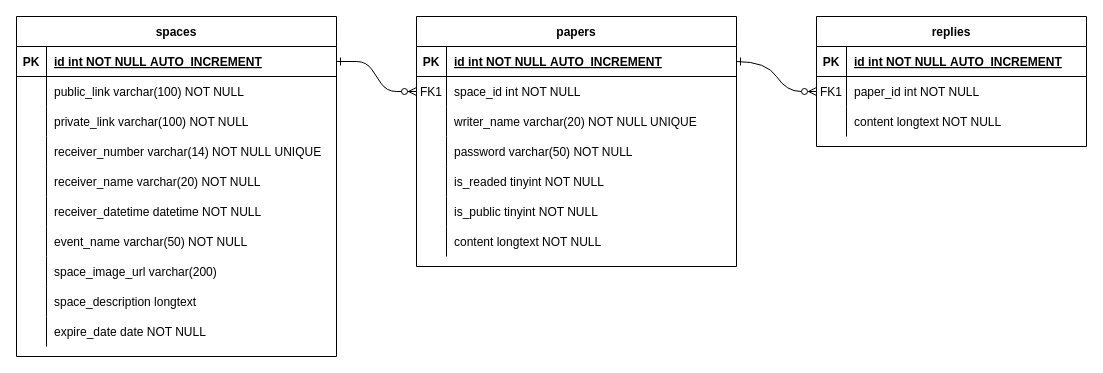
Above: rollingpaper.drawio in bavengers/ERD (draw.io), before the change. Source tidied: cells renumbered, new cells numbered last; positions are measured from the earlier drawing's top-left corner, leaving out a move shared by most shapes. Both pictures are drawn from the tidied source at 100%, with x=0, y=0 at pixel (16, 16).
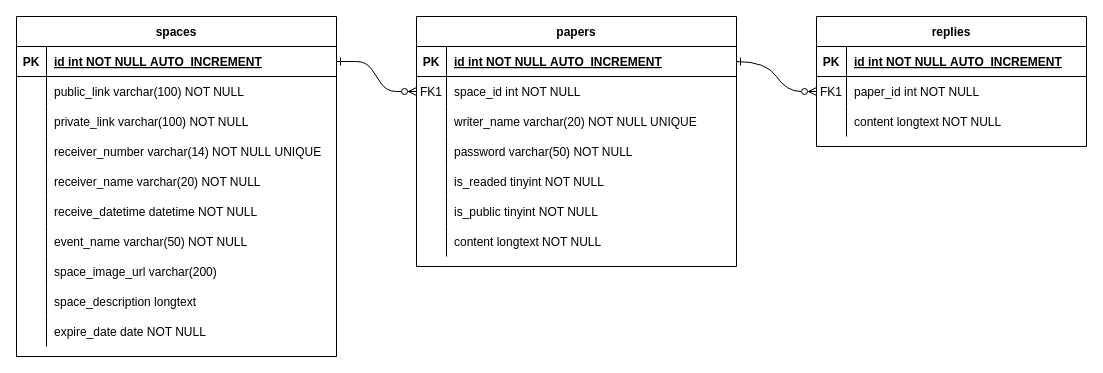
The same page after the edit.

Unchanged cells that the change refers to:
```xml
<mxCell id="42" style="shape=partialRectangle;fillColor=none;top=0;left=0;right=0;bottom=0;" parent="26" vertex="1">
  <mxGeometry y="180" width="320" height="30" as="geometry" />
</mxCell>
```

What changed in the source:
```diff
@@
-    <mxCell id="44" value="receiver_datetime datetime NOT NULL" style="shape=partialRectangle;overflow=hidden;fillColor=none;top=0;left=0;bottom=0;right=0;align=left;spacingLeft=6;" parent="42" vertex="1">
+    <mxCell id="44" value="receive_datetime datetime NOT NULL" style="shape=partialRectangle;overflow=hidden;fillColor=none;top=0;left=0;bottom=0;right=0;align=left;spacingLeft=6;" parent="42" vertex="1">
       <mxGeometry x="30" width="290" height="30" as="geometry" />
     </mxCell>
```
